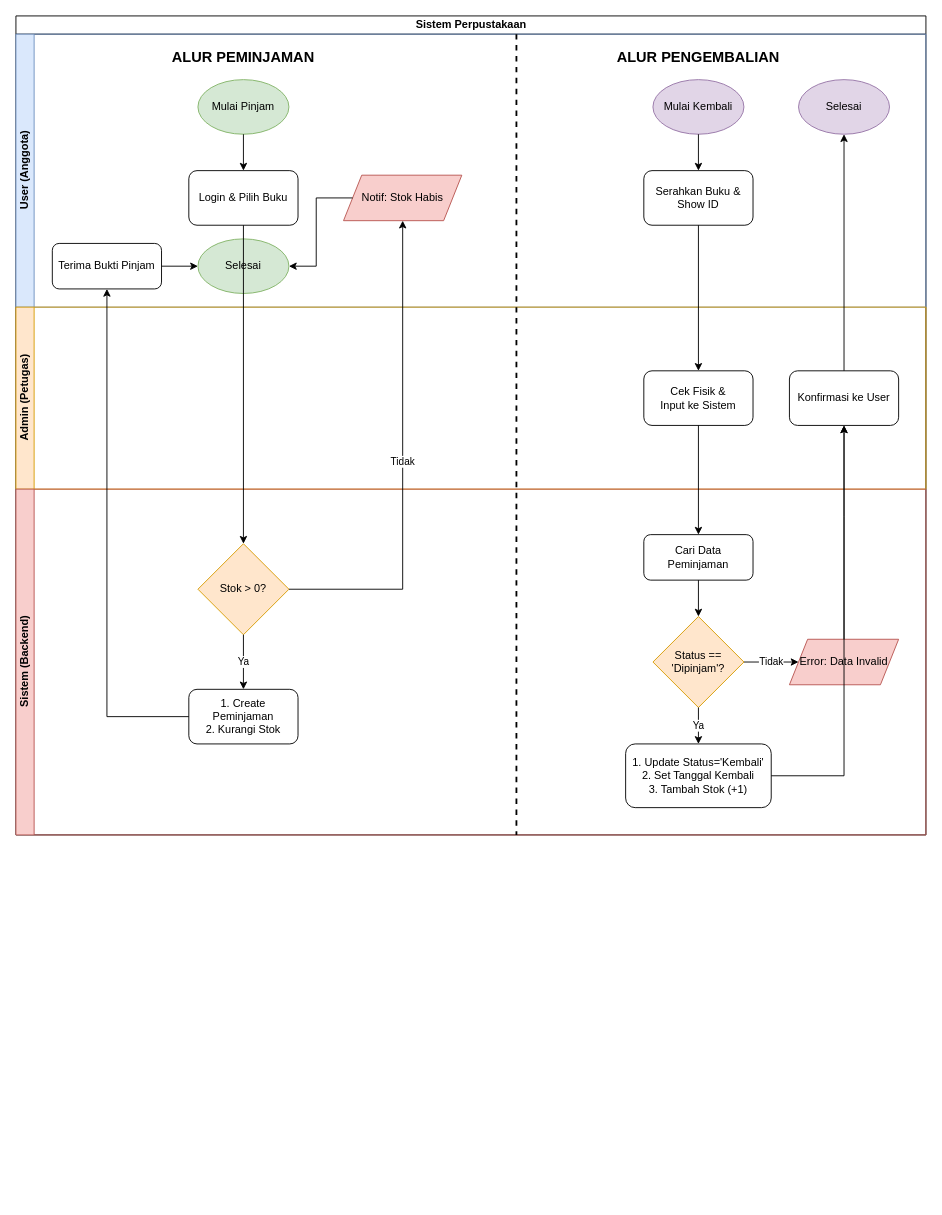
AdityaWijayaPutra30/Tugas-Akhir-DPW keeps this draw.io diagram as flowchart_transaksi.drawio.xml. Above is the earlier version. Source tidied: cells renumbered, new cells numbered last; positions are measured from the earlier drawing's top-left corner, leaving out a move shared by most shapes. Both pictures are drawn from the tidied source at 91%, with x=0, y=0 at pixel (15, 15).
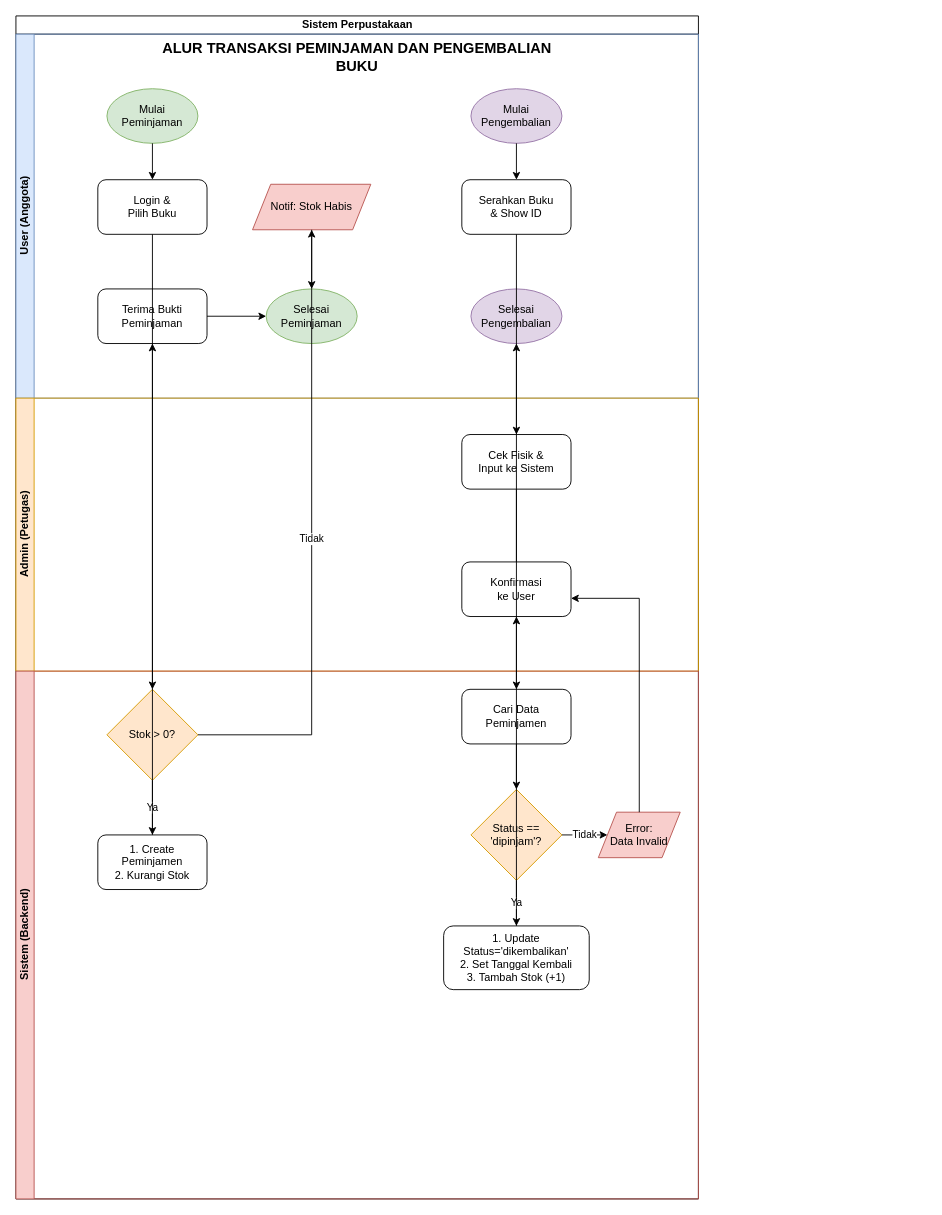
The same diagram, later.

The edit, as a diff of the source:
```diff
@@
     <mxCell id="2" value="Sistem Perpustakaan" style="swimlane;html=1;horizontal=1;startSize=20;fillColor=#ffffff;fontStyle=1;" parent="1" vertex="1">
-      <mxGeometry width="1000" height="900" as="geometry" />
+      <mxGeometry width="750" height="1300" as="geometry" />
     </mxCell>
     <mxCell id="3" value="User (Anggota)" style="swimlane;html=1;startSize=20;horizontal=0;fillColor=#dae8fc;strokeColor=#6c8ebf;" parent="2" vertex="1">
-      <mxGeometry y="20" width="1000" height="300" as="geometry" />
+      <mxGeometry y="20" width="750" height="400" as="geometry" />
     </mxCell>
     <mxCell id="4" value="Admin (Petugas)" style="swimlane;html=1;startSize=20;horizontal=0;fillColor=#ffe6cc;strokeColor=#d79b00;" parent="2" vertex="1">
-      <mxGeometry y="320" width="1000" height="200" as="geometry" />
+      <mxGeometry y="420" width="750" height="300" as="geometry" />
     </mxCell>
     <mxCell id="5" value="Sistem (Backend)" style="swimlane;html=1;startSize=20;horizontal=0;fillColor=#f8cecc;strokeColor=#b85450;" parent="2" vertex="1">
-      <mxGeometry y="520" width="1000" height="380" as="geometry" />
+      <mxGeometry y="720" width="750" height="580" as="geometry" />
     </mxCell>
-    <mxCell id="6" value="ALUR PEMINJAMAN" style="text;html=1;strokeColor=none;fillColor=none;align=center;verticalAlign=middle;whiteSpace=wrap;rounded=0;fontSize=16;fontStyle=1;" parent="3" vertex="1">
-      <mxGeometry x="150" y="10" width="200" height="30" as="geometry" />
-    </mxCell>
+    <mxCell id="41" value="ALUR TRANSAKSI PEMINJAMAN DAN PENGEMBALIAN BUKU" style="text;html=1;strokeColor=none;fillColor=none;align=center;verticalAlign=middle;whiteSpace=wrap;rounded=0;fontSize=16;fontStyle=1;" parent="3" vertex="1">
+      <mxGeometry x="150" y="10" width="450" height="30" as="geometry" />
+    </mxCell>
-    <mxCell id="7" value="Mulai Pinjam" style="ellipse;whiteSpace=wrap;html=1;fillColor=#d5e8d4;strokeColor=#82b366;" parent="3" vertex="1">
-      <mxGeometry x="200" y="50" width="100" height="60" as="geometry" />
+    <mxCell id="7" value="Mulai&#10;Peminjaman" style="ellipse;whiteSpace=wrap;html=1;fillColor=#d5e8d4;strokeColor=#82b366;" parent="3" vertex="1">
+      <mxGeometry x="100" y="60" width="100" height="60" as="geometry" />
     </mxCell>
-    <mxCell id="8" value="Login &amp; Pilih Buku" style="rounded=1;whiteSpace=wrap;html=1;" parent="3" vertex="1">
-      <mxGeometry x="190" y="150" width="120" height="60" as="geometry" />
+    <mxCell id="8" value="Login &amp;&#10;Pilih Buku" style="rounded=1;whiteSpace=wrap;html=1;" parent="3" vertex="1">
+      <mxGeometry x="90" y="160" width="120" height="60" as="geometry" />
     </mxCell>
+    <mxCell id="10" style="edgeStyle=orthogonalEdgeStyle;rounded=0;html=1;" parent="3" edge="1" source="7" target="8">
+      <mxGeometry relative="1" as="geometry" />
+    </mxCell>
     <mxCell id="9" value="Stok &gt; 0?" style="rhombus;whiteSpace=wrap;html=1;fillColor=#ffe6cc;strokeColor=#d79b00;" parent="5" vertex="1">
-      <mxGeometry x="200" y="60" width="100" height="100" as="geometry" />
+      <mxGeometry x="100" y="20" width="100" height="100" as="geometry" />
     </mxCell>
-    <mxCell id="10" style="edgeStyle=orthogonalEdgeStyle;rounded=0;html=1;" parent="2" edge="1" source="7" target="8">
-      <mxGeometry relative="1" as="geometry" />
-    </mxCell>
@@
     <mxCell id="12" value="Notif: Stok Habis" style="shape=parallelogram;perimeter=parallelogramPerimeter;whiteSpace=wrap;html=1;fixedSize=1;fillColor=#f8cecc;strokeColor=#b85450;" parent="3" vertex="1">
-      <mxGeometry x="360" y="155" width="130" height="50" as="geometry" />
+      <mxGeometry x="260" y="165" width="130" height="50" as="geometry" />
     </mxCell>
-    <mxCell id="13" value="Tidak" style="edgeStyle=orthogonalEdgeStyle;rounded=0;html=1;entryX=0.5;entryY=1;entryDx=0;entryDy=0;" parent="2" edge="1" source="9" target="12">
+    <mxCell id="13" value="Tidak" style="edgeStyle=orthogonalEdgeStyle;rounded=0;html=1;" parent="2" edge="1" source="9" target="12">
       <mxGeometry relative="1" as="geometry">
         <Array as="points">
-          <mxPoint x="425" y="630" />
+          <mxPoint x="325" y="790" />
         </Array>
       </mxGeometry>
     </mxCell>
-    <mxCell id="14" value="1. Create Peminjaman&#10;2. Kurangi Stok" style="rounded=1;whiteSpace=wrap;html=1;" parent="5" vertex="1">
-      <mxGeometry x="190" y="220" width="120" height="60" as="geometry" />
+    <mxCell id="14" value="1. Create Peminjamen&#10;2. Kurangi Stok" style="rounded=1;whiteSpace=wrap;html=1;" parent="5" vertex="1">
+      <mxGeometry x="90" y="180" width="120" height="60" as="geometry" />
     </mxCell>
@@
-    <mxCell id="16" value="Terima Bukti Pinjam" style="rounded=1;whiteSpace=wrap;html=1;" parent="3" vertex="1">
-      <mxGeometry x="40" y="230" width="120" height="50" as="geometry" />
+    <mxCell id="16" value="Terima Bukti&#10;Peminjaman" style="rounded=1;whiteSpace=wrap;html=1;" parent="3" vertex="1">
+      <mxGeometry x="90" y="280" width="120" height="60" as="geometry" />
     </mxCell>
-    <mxCell id="17" style="edgeStyle=orthogonalEdgeStyle;rounded=0;html=1;entryX=0.5;entryY=1;entryDx=0;entryDy=0;" parent="2" edge="1" source="14" target="16">
-      <mxGeometry relative="1" as="geometry">
-        <Array as="points">
-          <mxPoint x="100" y="770" />
-        </Array>
-      </mxGeometry>
+    <mxCell id="17" style="edgeStyle=orthogonalEdgeStyle;rounded=0;html=1;" parent="2" edge="1" source="14" target="16">
+      <mxGeometry relative="1" as="geometry" />
     </mxCell>
-    <mxCell id="18" value="Selesai" style="ellipse;whiteSpace=wrap;html=1;fillColor=#d5e8d4;strokeColor=#82b366;" parent="3" vertex="1">
-      <mxGeometry x="200" y="225" width="100" height="60" as="geometry" />
+    <mxCell id="18" value="Selesai&#10;Peminjaman" style="ellipse;whiteSpace=wrap;html=1;fillColor=#d5e8d4;strokeColor=#82b366;" parent="3" vertex="1">
+      <mxGeometry x="275" y="280" width="100" height="60" as="geometry" />
     </mxCell>
@@
-    <mxCell id="20" style="edgeStyle=orthogonalEdgeStyle;rounded=0;html=1;entryX=1;entryY=0.5;entryDx=0;entryDy=0;" parent="3" edge="1" source="12" target="18">
+    <mxCell id="20" style="edgeStyle=orthogonalEdgeStyle;rounded=0;html=1;" parent="3" edge="1" source="12" target="18">
       <mxGeometry relative="1" as="geometry" />
     </mxCell>
-    <mxCell id="21" style="endArrow=none;dashed=1;html=1;strokeWidth=2;fillColor=#000000;" parent="2" edge="1">
-      <mxGeometry relative="1" as="geometry">
-        <mxPoint x="550" y="20" as="sourcePoint" />
-        <mxPoint x="550" y="900" as="targetPoint" />
-      </mxGeometry>
-    </mxCell>
-    <mxCell id="22" value="ALUR PENGEMBALIAN" style="text;html=1;strokeColor=none;fillColor=none;align=center;verticalAlign=middle;whiteSpace=wrap;rounded=0;fontSize=16;fontStyle=1;" parent="3" vertex="1">
-      <mxGeometry x="650" y="10" width="200" height="30" as="geometry" />
-    </mxCell>
-    <mxCell id="23" value="Mulai Kembali" style="ellipse;whiteSpace=wrap;html=1;fillColor=#e1d5e7;strokeColor=#9673a6;" parent="3" vertex="1">
-      <mxGeometry x="700" y="50" width="100" height="60" as="geometry" />
+    <mxCell id="23" value="Mulai&#10;Pengembalian" style="ellipse;whiteSpace=wrap;html=1;fillColor=#e1d5e7;strokeColor=#9673a6;" parent="3" vertex="1">
+      <mxGeometry x="500" y="60" width="100" height="60" as="geometry" />
     </mxCell>
-    <mxCell id="24" value="Serahkan Buku &amp; Show ID" style="rounded=1;whiteSpace=wrap;html=1;" parent="3" vertex="1">
-      <mxGeometry x="690" y="150" width="120" height="60" as="geometry" />
+    <mxCell id="24" value="Serahkan Buku&#10;&amp; Show ID" style="rounded=1;whiteSpace=wrap;html=1;" parent="3" vertex="1">
+      <mxGeometry x="490" y="160" width="120" height="60" as="geometry" />
     </mxCell>
@@
     <mxCell id="26" value="Cek Fisik &amp;&#10;Input ke Sistem" style="rounded=1;whiteSpace=wrap;html=1;" parent="4" vertex="1">
-      <mxGeometry x="690" y="70" width="120" height="60" as="geometry" />
+      <mxGeometry x="490" y="40" width="120" height="60" as="geometry" />
     </mxCell>
@@
-    <mxCell id="28" value="Cari Data Peminjaman" style="rounded=1;whiteSpace=wrap;html=1;" parent="5" vertex="1">
-      <mxGeometry x="690" y="50" width="120" height="50" as="geometry" />
+    <mxCell id="28" value="Cari Data&#10;Peminjamen" style="rounded=1;whiteSpace=wrap;html=1;" parent="5" vertex="1">
+      <mxGeometry x="490" y="20" width="120" height="60" as="geometry" />
     </mxCell>
@@
-    <mxCell id="30" value="Status ==&#10;'Dipinjam'?" style="rhombus;whiteSpace=wrap;html=1;fillColor=#ffe6cc;strokeColor=#d79b00;" parent="5" vertex="1">
-      <mxGeometry x="700" y="140" width="100" height="100" as="geometry" />
+    <mxCell id="30" value="Status ==&#10;'dipinjam'?" style="rhombus;whiteSpace=wrap;html=1;fillColor=#ffe6cc;strokeColor=#d79b00;" parent="5" vertex="1">
+      <mxGeometry x="500" y="130" width="100" height="100" as="geometry" />
     </mxCell>
@@
-    <mxCell id="32" value="Error: Data Invalid" style="shape=parallelogram;perimeter=parallelogramPerimeter;whiteSpace=wrap;html=1;fixedSize=1;fillColor=#f8cecc;strokeColor=#b85450;" parent="5" vertex="1">
-      <mxGeometry x="850" y="165" width="120" height="50" as="geometry" />
+    <mxCell id="32" value="Error:&#10;Data Invalid" style="shape=parallelogram;perimeter=parallelogramPerimeter;whiteSpace=wrap;html=1;fixedSize=1;fillColor=#f8cecc;strokeColor=#b85450;" parent="5" vertex="1">
+      <mxGeometry x="640" y="155" width="90" height="50" as="geometry" />
     </mxCell>
@@
-    <mxCell id="34" value="1. Update Status='Kembali'&#10;2. Set Tanggal Kembali&#10;3. Tambah Stok (+1)" style="rounded=1;whiteSpace=wrap;html=1;" parent="5" vertex="1">
-      <mxGeometry x="670" y="280" width="160" height="70" as="geometry" />
+    <mxCell id="34" value="1. Update Status='dikembalikan'&#10;2. Set Tanggal Kembali&#10;3. Tambah Stok (+1)" style="rounded=1;whiteSpace=wrap;html=1;" parent="5" vertex="1">
+      <mxGeometry x="470" y="280" width="160" height="70" as="geometry" />
     </mxCell>
@@
-    <mxCell id="36" value="Konfirmasi ke User" style="rounded=1;whiteSpace=wrap;html=1;" parent="4" vertex="1">
-      <mxGeometry x="850" y="70" width="120" height="60" as="geometry" />
+    <mxCell id="36" value="Konfirmasi&#10;ke User" style="rounded=1;whiteSpace=wrap;html=1;" parent="4" vertex="1">
+      <mxGeometry x="490" y="180" width="120" height="60" as="geometry" />
     </mxCell>
-    <mxCell id="37" style="edgeStyle=orthogonalEdgeStyle;rounded=0;html=1;entryX=0.5;entryY=1;entryDx=0;entryDy=0;" parent="2" edge="1" source="34" target="36">
-      <mxGeometry relative="1" as="geometry">
-        <Array as="points">
-          <mxPoint x="910" y="835" />
-        </Array>
-      </mxGeometry>
+    <mxCell id="37" style="edgeStyle=orthogonalEdgeStyle;rounded=0;html=1;" parent="2" edge="1" source="34" target="36">
+      <mxGeometry relative="1" as="geometry" />
     </mxCell>
     <mxCell id="38" style="edgeStyle=orthogonalEdgeStyle;rounded=0;html=1;" parent="2" edge="1" source="32" target="36">
       <mxGeometry relative="1" as="geometry">
         <Array as="points">
-          <mxPoint x="910" y="550" />
+          <mxPoint x="685" y="900" />
+          <mxPoint x="685" y="640" />
         </Array>
       </mxGeometry>
     </mxCell>
-    <mxCell id="39" value="Selesai" style="ellipse;whiteSpace=wrap;html=1;fillColor=#e1d5e7;strokeColor=#9673a6;" parent="3" vertex="1">
-      <mxGeometry x="860" y="50" width="100" height="60" as="geometry" />
+    <mxCell id="39" value="Selesai&#10;Pengembalian" style="ellipse;whiteSpace=wrap;html=1;fillColor=#e1d5e7;strokeColor=#9673a6;" parent="3" vertex="1">
+      <mxGeometry x="500" y="280" width="100" height="60" as="geometry" />
     </mxCell>
```
